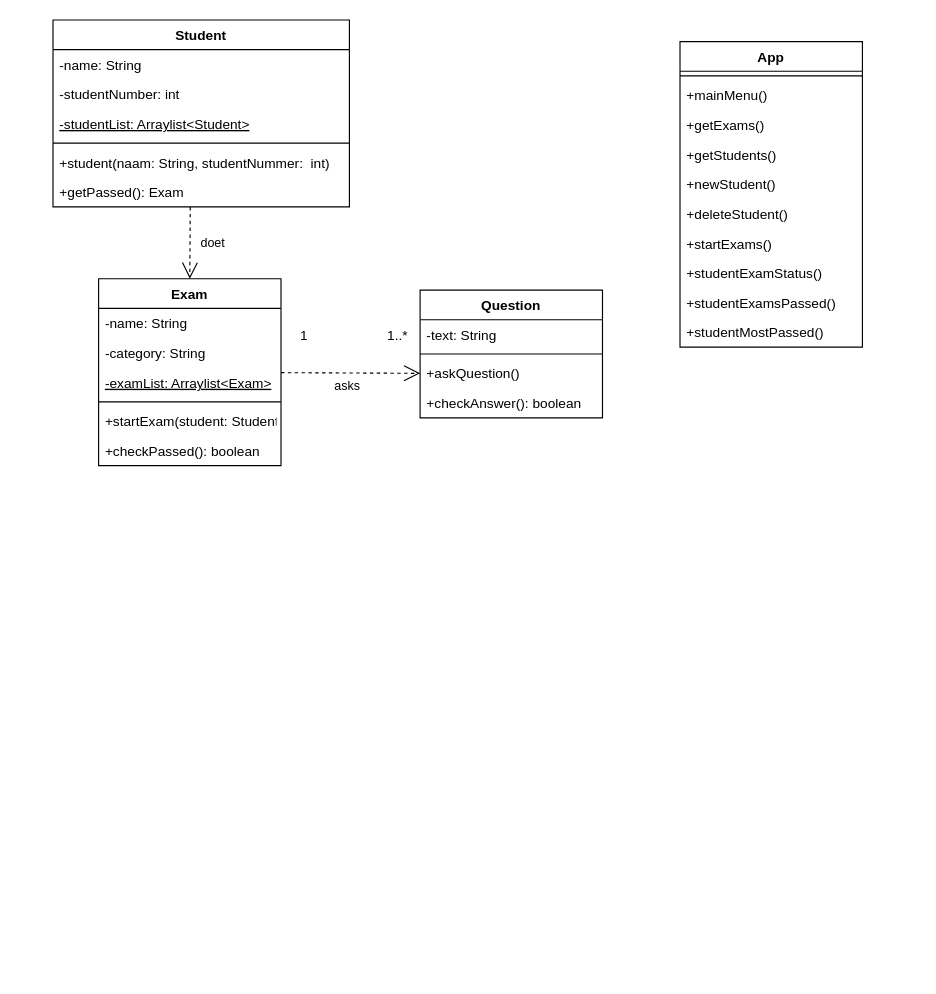
Before: UML.drawio in Studeeric/proj1, a draw.io diagram. Source tidied: cells renumbered, new cells numbered last; positions are measured from the earlier drawing's top-left corner, leaving out a move shared by most shapes. Both pictures are drawn from the tidied source at 114%, with x=0, y=0 at pixel (52, 19).
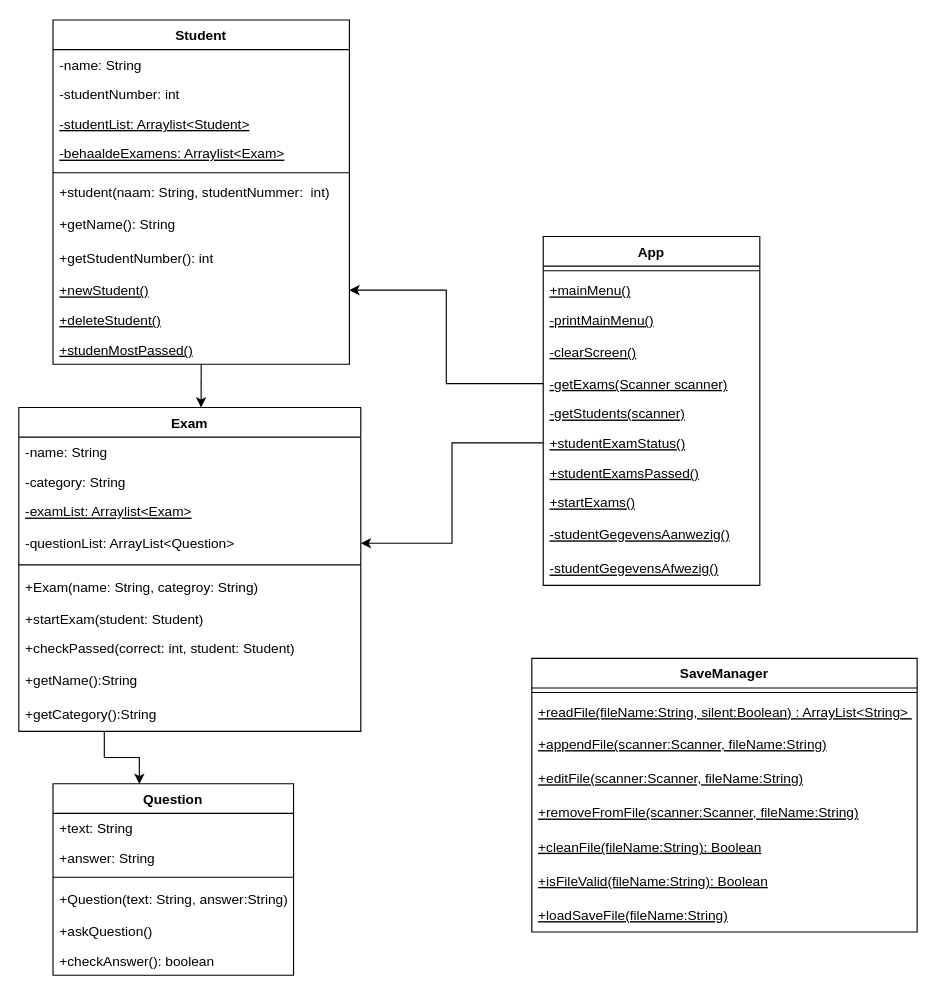
The same diagram, later.

Diff of the diagram source:
```diff
@@
+    <mxCell id="36" style="edgeStyle=orthogonalEdgeStyle;rounded=0;jettySize=auto;html=1;exitX=0.5;exitY=1;exitDx=0;exitDy=0;entryX=0.533;entryY=0;entryDx=0;entryDy=0;entryPerimeter=0;" parent="1" edge="1" source="2" target="9">
+      <mxGeometry relative="1" as="geometry" />
+    </mxCell>
     <mxCell id="2" value="Student" style="swimlane;fontStyle=1;align=center;verticalAlign=top;horizontal=1;startSize=26;" parent="1" vertex="1">
-      <mxGeometry width="260" height="164" as="geometry" />
+      <mxGeometry width="260" height="302" as="geometry" />
     </mxCell>
@@
+    <mxCell id="37" value="-studentList: Arraylist&lt;Student&gt;" style="text;strokeColor=none;fillColor=none;align=left;verticalAlign=top;spacingLeft=4;spacingRight=4;overflow=hidden;fontStyle=4;" parent="2" vertex="1">
+      <mxGeometry y="78" width="260" height="26" as="geometry" />
+    </mxCell>
-    <mxCell id="5" value="-studentList: Arraylist&lt;Student&gt;" style="text;strokeColor=none;fillColor=none;align=left;verticalAlign=top;spacingLeft=4;spacingRight=4;overflow=hidden;fontStyle=4;" parent="2" vertex="1">
-      <mxGeometry y="78" width="260" height="26" as="geometry" />
+    <mxCell id="5" value="-behaaldeExamens: Arraylist&lt;Exam&gt;" style="text;strokeColor=none;fillColor=none;align=left;verticalAlign=top;spacingLeft=4;spacingRight=4;overflow=hidden;fontStyle=4;" parent="2" vertex="1">
+      <mxGeometry y="104" width="260" height="26" as="geometry" />
     </mxCell>
     <mxCell id="6" style="line;strokeWidth=1;fillColor=none;align=left;verticalAlign=middle;spacingTop=-1;spacingLeft=3;spacingRight=3;labelPosition=right;" parent="2" vertex="1">
-      <mxGeometry y="104" width="260" height="8" as="geometry" />
+      <mxGeometry y="130" width="260" height="8" as="geometry" />
     </mxCell>
     <mxCell id="7" value="+student(naam: String, studentNummer:  int)" style="text;strokeColor=none;fillColor=none;align=left;verticalAlign=top;spacingLeft=4;spacingRight=4;overflow=hidden;" parent="2" vertex="1">
-      <mxGeometry y="112" width="260" height="26" as="geometry" />
+      <mxGeometry y="138" width="260" height="26" as="geometry" />
     </mxCell>
+    <mxCell id="38" value="+getName(): String" style="text;strokeColor=none;fillColor=none;align=left;verticalAlign=middle;spacingLeft=4;spacingRight=4;overflow=hidden;" parent="2" vertex="1">
+      <mxGeometry y="164" width="260" height="30" as="geometry" />
+    </mxCell>
+    <mxCell id="39" value="+getStudentNumber(): int" style="text;strokeColor=none;fillColor=none;align=left;verticalAlign=middle;spacingLeft=4;spacingRight=4;overflow=hidden;" parent="2" vertex="1">
+      <mxGeometry y="194" width="260" height="30" as="geometry" />
+    </mxCell>
+    <mxCell id="21" value="+newStudent()" style="text;strokeColor=none;fillColor=none;align=left;verticalAlign=top;spacingLeft=4;spacingRight=4;overflow=hidden;points=[[0,0.5],[1,0.5]];portConstraint=eastwest;fontStyle=4;" parent="2" vertex="1">
+      <mxGeometry y="224" width="260" height="26" as="geometry" />
+    </mxCell>
+    <mxCell id="22" value="+deleteStudent()" style="text;strokeColor=none;fillColor=none;align=left;verticalAlign=top;spacingLeft=4;spacingRight=4;overflow=hidden;fontStyle=4;" parent="2" vertex="1">
+      <mxGeometry y="250" width="260" height="26" as="geometry" />
+    </mxCell>
-    <mxCell id="8" value="+getPassed(): Exam" style="text;strokeColor=none;fillColor=none;align=left;verticalAlign=top;spacingLeft=4;spacingRight=4;overflow=hidden;points=[[0,0.5],[1,0.5]];portConstraint=eastwest;" parent="2" vertex="1">
-      <mxGeometry y="138" width="260" height="26" as="geometry" />
+    <mxCell id="8" value="+studenMostPassed()" style="text;strokeColor=none;fillColor=none;align=left;verticalAlign=top;spacingLeft=4;spacingRight=4;overflow=hidden;points=[[0,0.5],[1,0.5]];portConstraint=eastwest;fontStyle=4;" parent="2" vertex="1">
+      <mxGeometry y="276" width="260" height="26" as="geometry" />
     </mxCell>
+    <mxCell id="40" style="edgeStyle=orthogonalEdgeStyle;rounded=0;jettySize=auto;html=1;exitX=0.25;exitY=1;exitDx=0;exitDy=0;entryX=0.359;entryY=0.001;entryDx=0;entryDy=0;entryPerimeter=0;" parent="1" edge="1" source="9" target="27">
+      <mxGeometry relative="1" as="geometry" />
+    </mxCell>
     <mxCell id="9" value="Exam" style="swimlane;fontStyle=1;align=center;verticalAlign=top;horizontal=1;startSize=26;" parent="1" vertex="1">
-      <mxGeometry x="40" y="227" width="160" height="164" as="geometry" />
+      <mxGeometry x="-30" y="340" width="300" height="284" as="geometry" />
     </mxCell>
     <mxCell id="10" value="-name: String" style="text;strokeColor=none;fillColor=none;align=left;verticalAlign=top;spacingLeft=4;spacingRight=4;overflow=hidden;" parent="9" vertex="1">
-      <mxGeometry y="26" width="160" height="26" as="geometry" />
+      <mxGeometry y="26" width="300" height="26" as="geometry" />
     </mxCell>
     <mxCell id="11" value="-category: String" style="text;strokeColor=none;fillColor=none;align=left;verticalAlign=top;spacingLeft=4;spacingRight=4;overflow=hidden;" parent="9" vertex="1">
-      <mxGeometry y="52" width="160" height="26" as="geometry" />
+      <mxGeometry y="52" width="300" height="26" as="geometry" />
     </mxCell>
     <mxCell id="12" value="-examList: Arraylist&lt;Exam&gt;" style="text;strokeColor=none;fillColor=none;align=left;verticalAlign=top;spacingLeft=4;spacingRight=4;overflow=hidden;fontStyle=4;" parent="9" vertex="1">
-      <mxGeometry y="78" width="160" height="26" as="geometry" />
+      <mxGeometry y="78" width="300" height="26" as="geometry" />
     </mxCell>
+    <mxCell id="41" value="-questionList: ArrayList&lt;Question&gt;" style="text;strokeColor=none;fillColor=none;align=left;verticalAlign=middle;spacingLeft=4;spacingRight=4;overflow=hidden;points=[[0,0.5],[1,0.5]];portConstraint=eastwest;" parent="9" vertex="1">
+      <mxGeometry y="104" width="300" height="30" as="geometry" />
+    </mxCell>
     <mxCell id="13" style="line;strokeWidth=1;fillColor=none;align=left;verticalAlign=middle;spacingTop=-1;spacingLeft=3;spacingRight=3;labelPosition=right;" parent="9" vertex="1">
-      <mxGeometry y="104" width="160" height="8" as="geometry" />
+      <mxGeometry y="134" width="300" height="8" as="geometry" />
     </mxCell>
+    <mxCell id="42" value="+Exam(name: String, categroy: String)" style="text;strokeColor=none;fillColor=none;align=left;verticalAlign=middle;spacingLeft=4;spacingRight=4;overflow=hidden;" parent="9" vertex="1">
+      <mxGeometry y="142" width="300" height="30" as="geometry" />
+    </mxCell>
     <mxCell id="14" value="+startExam(student: Student)" style="text;strokeColor=none;fillColor=none;align=left;verticalAlign=top;spacingLeft=4;spacingRight=4;overflow=hidden;" parent="9" vertex="1">
-      <mxGeometry y="112" width="160" height="26" as="geometry" />
+      <mxGeometry y="172" width="300" height="26" as="geometry" />
     </mxCell>
-    <mxCell id="15" value="+checkPassed(): boolean" style="text;strokeColor=none;fillColor=none;align=left;verticalAlign=top;spacingLeft=4;spacingRight=4;overflow=hidden;" parent="9" vertex="1">
-      <mxGeometry y="138" width="160" height="26" as="geometry" />
+    <mxCell id="15" value="+checkPassed(correct: int, student: Student)" style="text;strokeColor=none;fillColor=none;align=left;verticalAlign=top;spacingLeft=4;spacingRight=4;overflow=hidden;" parent="9" vertex="1">
+      <mxGeometry y="198" width="300" height="26" as="geometry" />
     </mxCell>
+    <mxCell id="43" value="+getName():String" style="text;strokeColor=none;fillColor=none;align=left;verticalAlign=middle;spacingLeft=4;spacingRight=4;overflow=hidden;" parent="9" vertex="1">
+      <mxGeometry y="224" width="300" height="30" as="geometry" />
+    </mxCell>
+    <mxCell id="44" value="+getCategory():String" style="text;strokeColor=none;fillColor=none;align=left;verticalAlign=middle;spacingLeft=4;spacingRight=4;overflow=hidden;" parent="9" vertex="1">
+      <mxGeometry y="254" width="300" height="30" as="geometry" />
+    </mxCell>
     <mxCell id="16" value="App" style="swimlane;fontStyle=1;align=center;verticalAlign=top;horizontal=1;startSize=26;" parent="1" vertex="1">
-      <mxGeometry x="550" y="19" width="160" height="268" as="geometry" />
+      <mxGeometry x="430" y="190" width="190" height="306" as="geometry" />
     </mxCell>
     <mxCell id="17" style="line;strokeWidth=1;fillColor=none;align=left;verticalAlign=middle;spacingTop=-1;spacingLeft=3;spacingRight=3;labelPosition=right;" parent="16" vertex="1">
-      <mxGeometry y="26" width="160" height="8" as="geometry" />
+      <mxGeometry y="26" width="190" height="8" as="geometry" />
     </mxCell>
-    <mxCell id="18" value="+mainMenu()" style="text;strokeColor=none;fillColor=none;align=left;verticalAlign=top;spacingLeft=4;spacingRight=4;overflow=hidden;" parent="16" vertex="1">
-      <mxGeometry y="34" width="160" height="26" as="geometry" />
+    <mxCell id="18" value="+mainMenu()" style="text;strokeColor=none;fillColor=none;align=left;verticalAlign=top;spacingLeft=4;spacingRight=4;overflow=hidden;fontStyle=4;" parent="16" vertex="1">
+      <mxGeometry y="34" width="190" height="26" as="geometry" />
     </mxCell>
+    <mxCell id="45" value="-printMainMenu()" style="text;strokeColor=none;fillColor=none;align=left;verticalAlign=top;spacingLeft=4;spacingRight=4;overflow=hidden;fontStyle=4;" parent="16" vertex="1">
+      <mxGeometry y="60" width="190" height="26" as="geometry" />
+    </mxCell>
+    <mxCell id="46" value="-clearScreen()" style="text;strokeColor=none;fillColor=none;align=left;verticalAlign=middle;spacingLeft=4;spacingRight=4;overflow=hidden;fontStyle=4;" parent="16" vertex="1">
+      <mxGeometry y="86" width="190" height="30" as="geometry" />
+    </mxCell>
-    <mxCell id="19" value="+getExams()" style="text;strokeColor=none;fillColor=none;align=left;verticalAlign=top;spacingLeft=4;spacingRight=4;overflow=hidden;points=[[0,0.5],[1,0.5]];portConstraint=eastwest;" parent="16" vertex="1">
-      <mxGeometry y="60" width="160" height="26" as="geometry" />
+    <mxCell id="19" value="-getExams(Scanner scanner)" style="text;strokeColor=none;fillColor=none;align=left;verticalAlign=top;spacingLeft=4;spacingRight=4;overflow=hidden;points=[[0,0.5],[1,0.5]];portConstraint=eastwest;fontStyle=4;" parent="16" vertex="1">
+      <mxGeometry y="116" width="190" height="26" as="geometry" />
     </mxCell>
-    <mxCell id="20" value="+getStudents()" style="text;strokeColor=none;fillColor=none;align=left;verticalAlign=top;spacingLeft=4;spacingRight=4;overflow=hidden;" parent="16" vertex="1">
-      <mxGeometry y="86" width="160" height="26" as="geometry" />
+    <mxCell id="20" value="-getStudents(scanner)" style="text;strokeColor=none;fillColor=none;align=left;verticalAlign=top;spacingLeft=4;spacingRight=4;overflow=hidden;fontStyle=4;" parent="16" vertex="1">
+      <mxGeometry y="142" width="190" height="26" as="geometry" />
     </mxCell>
-    <mxCell id="21" value="+newStudent()" style="text;strokeColor=none;fillColor=none;align=left;verticalAlign=top;spacingLeft=4;spacingRight=4;overflow=hidden;points=[[0,0.5],[1,0.5]];portConstraint=eastwest;" parent="16" vertex="1">
-      <mxGeometry y="112" width="160" height="26" as="geometry" />
-    </mxCell>
-    <mxCell id="22" value="+deleteStudent()" style="text;strokeColor=none;fillColor=none;align=left;verticalAlign=top;spacingLeft=4;spacingRight=4;overflow=hidden;" parent="16" vertex="1">
-      <mxGeometry y="138" width="160" height="26" as="geometry" />
-    </mxCell>
-    <mxCell id="23" value="+startExams()" style="text;strokeColor=none;fillColor=none;align=left;verticalAlign=top;spacingLeft=4;spacingRight=4;overflow=hidden;" parent="16" vertex="1">
-      <mxGeometry y="164" width="160" height="26" as="geometry" />
-    </mxCell>
-    <mxCell id="24" value="+studentExamStatus()" style="text;strokeColor=none;fillColor=none;align=left;verticalAlign=top;spacingLeft=4;spacingRight=4;overflow=hidden;points=[[0,0.5],[1,0.5]];portConstraint=eastwest;" parent="16" vertex="1">
-      <mxGeometry y="190" width="160" height="26" as="geometry" />
+    <mxCell id="24" value="+studentExamStatus()" style="text;strokeColor=none;fillColor=none;align=left;verticalAlign=top;spacingLeft=4;spacingRight=4;overflow=hidden;points=[[0,0.5],[1,0.5]];portConstraint=eastwest;fontStyle=4;" parent="16" vertex="1">
+      <mxGeometry y="168" width="190" height="26" as="geometry" />
     </mxCell>
-    <mxCell id="25" value="+studentExamsPassed()" style="text;strokeColor=none;fillColor=none;align=left;verticalAlign=top;spacingLeft=4;spacingRight=4;overflow=hidden;" parent="16" vertex="1">
-      <mxGeometry y="216" width="160" height="26" as="geometry" />
+    <mxCell id="25" value="+studentExamsPassed()" style="text;strokeColor=none;fillColor=none;align=left;verticalAlign=top;spacingLeft=4;spacingRight=4;overflow=hidden;fontStyle=4;" parent="16" vertex="1">
+      <mxGeometry y="194" width="190" height="26" as="geometry" />
     </mxCell>
-    <mxCell id="26" value="+studentMostPassed()" style="text;strokeColor=none;fillColor=none;align=left;verticalAlign=top;spacingLeft=4;spacingRight=4;overflow=hidden;" parent="16" vertex="1">
-      <mxGeometry y="242" width="160" height="26" as="geometry" />
-    </mxCell>
+    <mxCell id="23" value="+startExams()" style="text;strokeColor=none;fillColor=none;align=left;verticalAlign=top;spacingLeft=4;spacingRight=4;overflow=hidden;fontStyle=4;" parent="16" vertex="1">
+      <mxGeometry y="220" width="190" height="26" as="geometry" />
+    </mxCell>
+    <mxCell id="47" value="-studentGegevensAanwezig()" style="text;strokeColor=none;fillColor=none;align=left;verticalAlign=middle;spacingLeft=4;spacingRight=4;overflow=hidden;fontStyle=4;" parent="16" vertex="1">
+      <mxGeometry y="246" width="190" height="30" as="geometry" />
+    </mxCell>
+    <mxCell id="48" value="-studentGegevensAfwezig()" style="text;strokeColor=none;fillColor=none;align=left;verticalAlign=middle;spacingLeft=4;spacingRight=4;overflow=hidden;fontStyle=4;" parent="16" vertex="1">
+      <mxGeometry y="276" width="190" height="30" as="geometry" />
+    </mxCell>
     <mxCell id="27" value="Question" style="swimlane;fontStyle=1;align=center;verticalAlign=top;horizontal=1;startSize=26;" parent="1" vertex="1">
-      <mxGeometry x="322" y="237" width="160" height="112" as="geometry" />
+      <mxGeometry y="670" width="211" height="168" as="geometry" />
     </mxCell>
+    <mxCell id="49" value="+text: String" style="text;strokeColor=none;fillColor=none;align=left;verticalAlign=top;spacingLeft=4;spacingRight=4;overflow=hidden;" parent="27" vertex="1">
+      <mxGeometry y="26" width="211" height="26" as="geometry" />
+    </mxCell>
-    <mxCell id="28" value="-text: String" style="text;strokeColor=none;fillColor=none;align=left;verticalAlign=top;spacingLeft=4;spacingRight=4;overflow=hidden;" parent="27" vertex="1">
-      <mxGeometry y="26" width="160" height="26" as="geometry" />
+    <mxCell id="28" value="+answer: String" style="text;strokeColor=none;fillColor=none;align=left;verticalAlign=top;spacingLeft=4;spacingRight=4;overflow=hidden;" parent="27" vertex="1">
+      <mxGeometry y="52" width="211" height="26" as="geometry" />
     </mxCell>
     <mxCell id="29" style="line;strokeWidth=1;fillColor=none;align=left;verticalAlign=middle;spacingTop=-1;spacingLeft=3;spacingRight=3;labelPosition=right;" parent="27" vertex="1">
-      <mxGeometry y="52" width="160" height="8" as="geometry" />
+      <mxGeometry y="78" width="211" height="8" as="geometry" />
     </mxCell>
+    <mxCell id="50" value="+Question(text: String, answer:String)" style="text;strokeColor=none;fillColor=none;align=left;verticalAlign=middle;spacingLeft=4;spacingRight=4;overflow=hidden;" parent="27" vertex="1">
+      <mxGeometry y="86" width="211" height="30" as="geometry" />
+    </mxCell>
     <mxCell id="30" value="+askQuestion()" style="text;strokeColor=none;fillColor=none;align=left;verticalAlign=top;spacingLeft=4;spacingRight=4;overflow=hidden;points=[[0,0.5],[1,0.5]];portConstraint=eastwest;" parent="27" vertex="1">
-      <mxGeometry y="60" width="160" height="26" as="geometry" />
+      <mxGeometry y="116" width="211" height="26" as="geometry" />
     </mxCell>
     <mxCell id="31" value="+checkAnswer(): boolean&#10;" style="text;strokeColor=none;fillColor=none;align=left;verticalAlign=top;spacingLeft=4;spacingRight=4;overflow=hidden;" parent="27" vertex="1">
-      <mxGeometry y="86" width="160" height="26" as="geometry" />
+      <mxGeometry y="142" width="211" height="26" as="geometry" />
     </mxCell>
-    <mxCell id="32" value="doet" style="endArrow=open;endSize=12;dashed=1;html=1;rounded=0;exitX=0.463;exitY=1.006;exitDx=0;exitDy=0;exitPerimeter=0;entryX=0.5;entryY=0;entryDx=0;entryDy=0;" parent="1" edge="1" source="8" target="9">
-      <mxGeometry x="0.01" y="20" relative="1" as="geometry" />
-    </mxCell>
-    <mxCell id="33" value="asks" style="endArrow=open;endSize=12;dashed=1;html=1;rounded=0;entryX=0;entryY=0.5;entryDx=0;entryDy=0;" parent="1" edge="1" source="9" target="30">
-      <mxGeometry x="-0.05" y="-11" relative="1" as="geometry" />
-    </mxCell>
-    <mxCell id="34" value="1..*" style="text;html=1;align=center;verticalAlign=middle;strokeColor=none;fillColor=none;" parent="1" vertex="1">
-      <mxGeometry x="287" y="267" width="30" height="20" as="geometry" />
-    </mxCell>
-    <mxCell id="35" value="1" style="text;html=1;align=center;verticalAlign=middle;strokeColor=none;fillColor=none;" parent="1" vertex="1">
-      <mxGeometry x="210" y="267" width="20" height="20" as="geometry" />
-    </mxCell>
+    <mxCell id="51" value="SaveManager" style="swimlane;fontStyle=1;align=center;verticalAlign=top;horizontal=1;startSize=26;" parent="1" vertex="1">
+      <mxGeometry x="420" y="560" width="338" height="240" as="geometry" />
+    </mxCell>
+    <mxCell id="52" style="line;strokeWidth=1;fillColor=none;align=left;verticalAlign=middle;spacingTop=-1;spacingLeft=3;spacingRight=3;labelPosition=right;" parent="51" vertex="1">
+      <mxGeometry y="26" width="338" height="8" as="geometry" />
+    </mxCell>
+    <mxCell id="53" value="+readFile(fileName:String, silent:Boolean) : ArrayList&lt;String&gt; " style="text;strokeColor=none;fillColor=none;align=left;verticalAlign=top;spacingLeft=4;spacingRight=4;overflow=hidden;fontStyle=4;" parent="51" vertex="1">
+      <mxGeometry y="34" width="338" height="26" as="geometry" />
+    </mxCell>
+    <mxCell id="54" value="+appendFile(scanner:Scanner, fileName:String)" style="text;strokeColor=none;fillColor=none;align=left;verticalAlign=middle;spacingLeft=4;spacingRight=4;overflow=hidden;fontStyle=4;" parent="51" vertex="1">
+      <mxGeometry y="60" width="338" height="30" as="geometry" />
+    </mxCell>
+    <mxCell id="55" value="+editFile(scanner:Scanner, fileName:String)" style="text;strokeColor=none;fillColor=none;align=left;verticalAlign=middle;spacingLeft=4;spacingRight=4;overflow=hidden;fontStyle=4;" parent="51" vertex="1">
+      <mxGeometry y="90" width="338" height="30" as="geometry" />
+    </mxCell>
+    <mxCell id="56" value="+removeFromFile(scanner:Scanner, fileName:String)" style="text;strokeColor=none;fillColor=none;align=left;verticalAlign=middle;spacingLeft=4;spacingRight=4;overflow=hidden;fontStyle=4;" parent="51" vertex="1">
+      <mxGeometry y="120" width="338" height="30" as="geometry" />
+    </mxCell>
+    <mxCell id="57" value="+cleanFile(fileName:String): Boolean" style="text;strokeColor=none;fillColor=none;align=left;verticalAlign=middle;spacingLeft=4;spacingRight=4;overflow=hidden;fontStyle=4;" parent="51" vertex="1">
+      <mxGeometry y="150" width="338" height="30" as="geometry" />
+    </mxCell>
+    <mxCell id="58" value="+isFileValid(fileName:String): Boolean" style="text;strokeColor=none;fillColor=none;align=left;verticalAlign=middle;spacingLeft=4;spacingRight=4;overflow=hidden;fontStyle=4;" parent="51" vertex="1">
+      <mxGeometry y="180" width="338" height="30" as="geometry" />
+    </mxCell>
+    <mxCell id="59" value="+loadSaveFile(fileName:String)" style="text;strokeColor=none;fillColor=none;align=left;verticalAlign=middle;spacingLeft=4;spacingRight=4;overflow=hidden;fontStyle=4;" parent="51" vertex="1">
+      <mxGeometry y="210" width="338" height="30" as="geometry" />
+    </mxCell>
+    <mxCell id="60" style="edgeStyle=orthogonalEdgeStyle;rounded=0;jettySize=auto;html=1;exitX=0;exitY=0.5;exitDx=0;exitDy=0;entryX=1;entryY=0.5;entryDx=0;entryDy=0;" parent="1" edge="1" source="24" target="41">
+      <mxGeometry relative="1" as="geometry" />
+    </mxCell>
+    <mxCell id="61" style="edgeStyle=orthogonalEdgeStyle;rounded=0;jettySize=auto;html=1;exitX=0;exitY=0.5;exitDx=0;exitDy=0;entryX=1;entryY=0.5;entryDx=0;entryDy=0;" parent="1" edge="1" source="19" target="21">
+      <mxGeometry relative="1" as="geometry" />
+    </mxCell>
```
